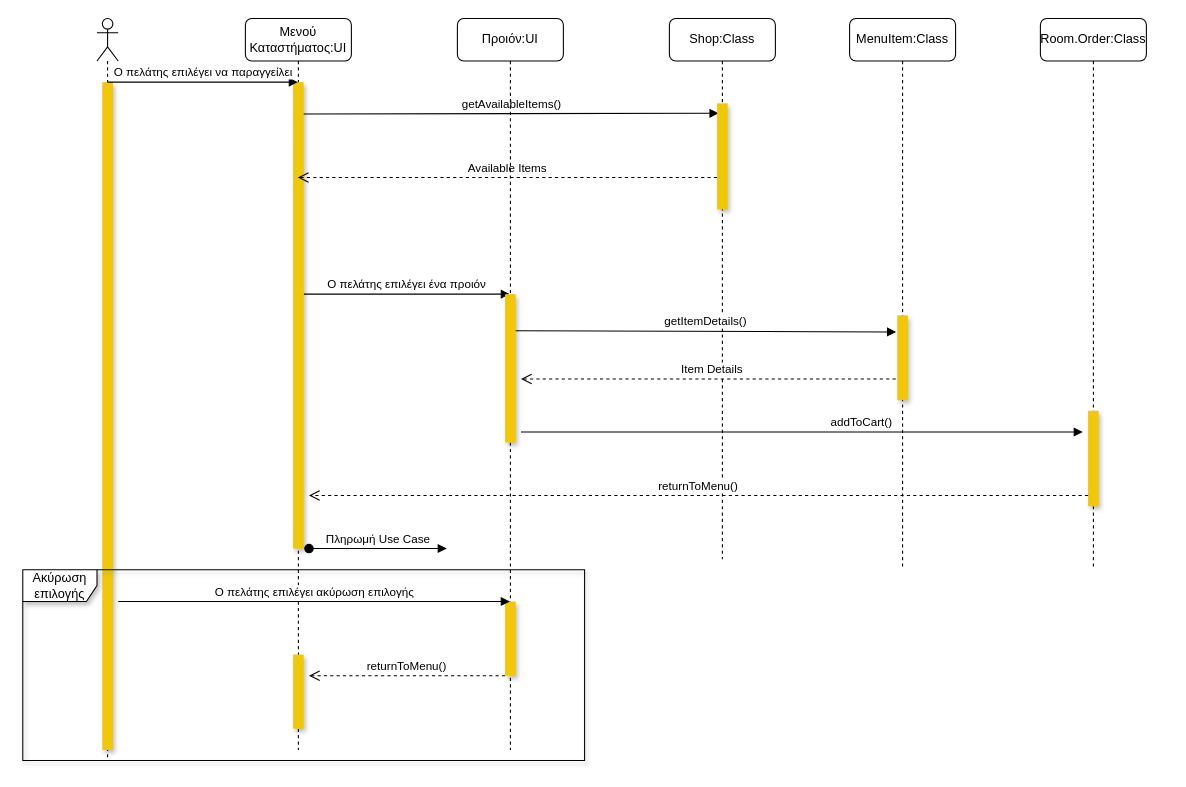
iloudaros/nomnomr keeps this draw.io diagram as docs/contributions/AthanasiaZ/Writing-Charts/Phase5/Use Case Order/order_seq.drawio. Above is the earlier version. Source tidied: cells renumbered, new cells numbered last; positions are measured from the earlier drawing's top-left corner, leaving out a move shared by most shapes. Both pictures are drawn from the tidied source at 106%, with x=0, y=0 at pixel (22, 18).
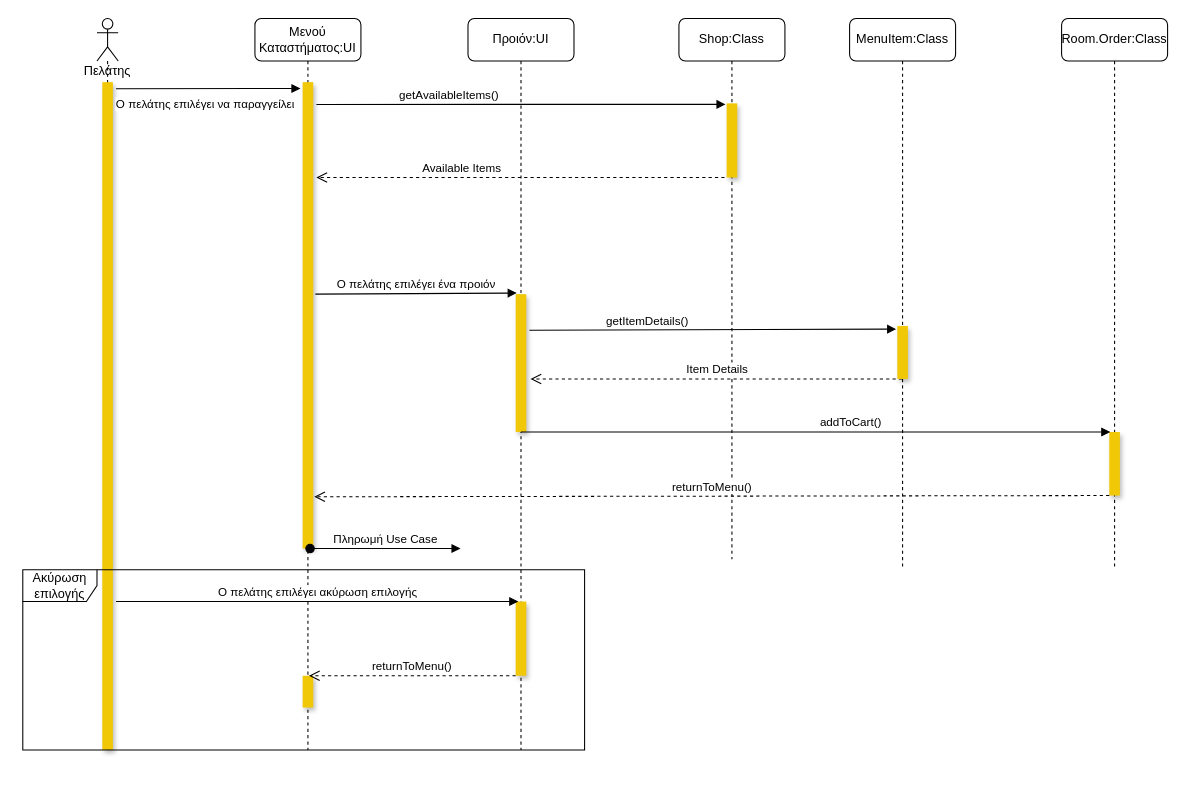
The same page after the edit.

Unchanged cells that the change refers to:
```xml
<mxCell id="6" style="html=1;points=[];perimeter=orthogonalPerimeter;rounded=0;fillColor=#F0C808;strokeColor=none;shadow=1;" parent="4" vertex="1">
  <mxGeometry x="45" y="60" width="10" height="440" as="geometry" />
</mxCell>
<mxCell id="26" value="MenuItem:Class" style="shape=umlLifeline;perimeter=lifelinePerimeter;whiteSpace=wrap;html=1;outlineConnect=0;rounded=1;" parent="1" vertex="1">
  <mxGeometry x="780" width="100" height="520" as="geometry" />
</mxCell>
```

Change to the diagram source:
```diff
@@
-    <mxCell id="2" style="shape=umlLifeline;participant=umlActor;perimeter=lifelinePerimeter;whiteSpace=wrap;html=1;verticalAlign=top;spacingTop=36;" parent="1" vertex="1">
-      <mxGeometry x="70" width="20" height="700" as="geometry" />
+    <mxCell id="2" value="Πελάτης" style="shape=umlLifeline;participant=umlActor;perimeter=lifelinePerimeter;whiteSpace=wrap;html=1;verticalAlign=top;spacingTop=36;" parent="1" vertex="1">
+      <mxGeometry x="70" width="20" height="690" as="geometry" />
     </mxCell>
@@
     <mxCell id="4" value="Μενού Καταστήματος:UI" style="shape=umlLifeline;perimeter=lifelinePerimeter;whiteSpace=wrap;html=1;outlineConnect=0;rounded=1;" parent="1" vertex="1">
-      <mxGeometry x="210" width="100" height="690" as="geometry" />
+      <mxGeometry x="219" width="100" height="690" as="geometry" />
     </mxCell>
-    <mxCell id="5" value="Ο πελάτης επιλέγει ένα προιόν" style="html=1;verticalAlign=bottom;endArrow=block;rounded=0;" parent="4" edge="1" target="14">
+    <mxCell id="5" value="Ο πελάτης επιλέγει ένα προιόν" style="html=1;verticalAlign=bottom;endArrow=block;rounded=0;entryX=-0.1;entryY=-0.008;entryDx=0;entryDy=0;entryPerimeter=0;" parent="4" edge="1">
       <mxGeometry relative="1" as="geometry">
-        <mxPoint x="55" y="260" as="sourcePoint" />
+        <mxPoint x="57" y="260" as="sourcePoint" />
+        <mxPoint x="247" y="259" as="targetPoint" />
       </mxGeometry>
     </mxCell>
@@
-    <mxCell id="7" value="getAvailableItems()" style="html=1;verticalAlign=bottom;endArrow=block;rounded=0;entryX=0.14;entryY=0.094;entryDx=0;entryDy=0;entryPerimeter=0;" parent="4" edge="1" target="11">
-      <mxGeometry relative="1" as="geometry">
-        <mxPoint x="55" y="90" as="sourcePoint" />
+    <mxCell id="7" value="getAvailableItems()" style="html=1;verticalAlign=bottom;endArrow=block;rounded=0;entryX=-0.1;entryY=0.014;entryDx=0;entryDy=0;entryPerimeter=0;" parent="4" edge="1" target="11">
+      <mxGeometry x="-0.35" relative="1" as="geometry">
+        <mxPoint x="58" y="81" as="sourcePoint" />
       </mxGeometry>
     </mxCell>
-    <mxCell id="8" value="Πληρωμή Use Case" style="html=1;verticalAlign=bottom;startArrow=oval;startFill=1;endArrow=block;startSize=8;rounded=0;" parent="4" edge="1">
+    <mxCell id="8" value="Πληρωμή Use Case" style="html=1;verticalAlign=bottom;startArrow=oval;startFill=1;endArrow=block;startSize=8;rounded=0;exitX=0.3;exitY=1;exitDx=0;exitDy=0;exitPerimeter=0;" parent="4" edge="1">
       <mxGeometry relative="1" as="geometry">
-        <mxPoint x="60" y="500" as="sourcePoint" />
-        <mxPoint x="190" y="500" as="targetPoint" />
+        <mxPoint x="52" y="500" as="sourcePoint" />
+        <mxPoint x="194" y="500" as="targetPoint" />
       </mxGeometry>
     </mxCell>
     <mxCell id="9" style="html=1;perimeter=orthogonalPerimeter;rounded=0;fillColor=#F0C808;strokeColor=none;shadow=1;" parent="4" vertex="1">
-      <mxGeometry x="45" y="600" width="10" height="70" as="geometry" />
+      <mxGeometry x="45" y="620" width="10" height="30" as="geometry" />
     </mxCell>
     <mxCell id="10" value="Shop:Class" style="shape=umlLifeline;perimeter=lifelinePerimeter;whiteSpace=wrap;html=1;rounded=1;" parent="1" vertex="1">
-      <mxGeometry x="610" width="100" height="510" as="geometry" />
+      <mxGeometry x="619" width="100" height="510" as="geometry" />
     </mxCell>
     <mxCell id="11" style="html=1;points=[];perimeter=orthogonalPerimeter;rounded=0;fillColor=#F0C808;strokeColor=none;shadow=1;" parent="10" vertex="1">
-      <mxGeometry x="45" y="80" width="10" height="100" as="geometry" />
+      <mxGeometry x="45" y="80" width="10" height="70" as="geometry" />
     </mxCell>
-    <mxCell id="12" value="Available Items" style="html=1;verticalAlign=bottom;endArrow=open;dashed=1;endSize=8;rounded=0;" parent="10" edge="1" target="4">
-      <mxGeometry relative="1" as="geometry">
-        <mxPoint x="45" y="150" as="sourcePoint" />
+    <mxCell id="12" value="Available Items" style="html=1;verticalAlign=bottom;endArrow=open;dashed=1;endSize=8;rounded=0;" parent="10" edge="1">
+      <mxGeometry x="0.29" relative="1" as="geometry">
+        <mxPoint x="43" y="150" as="sourcePoint" />
+        <mxPoint x="-342" y="150" as="targetPoint" />
       </mxGeometry>
     </mxCell>
@@
     <mxCell id="14" value="Προιόν:UI" style="shape=umlLifeline;perimeter=lifelinePerimeter;whiteSpace=wrap;html=1;outlineConnect=0;rounded=1;" parent="1" vertex="1">
-      <mxGeometry x="410" width="100" height="690" as="geometry" />
+      <mxGeometry x="420" width="100" height="690" as="geometry" />
     </mxCell>
     <mxCell id="15" style="html=1;points=[];perimeter=orthogonalPerimeter;rounded=0;fillColor=#F0C808;strokeColor=none;shadow=1;" parent="14" vertex="1">
-      <mxGeometry x="45" y="260" width="10" height="140" as="geometry" />
+      <mxGeometry x="45" y="260" width="10" height="130" as="geometry" />
     </mxCell>
@@
     <mxCell id="17" value="returnToMenu()" style="html=1;verticalAlign=bottom;endArrow=open;dashed=1;endSize=8;rounded=0;" parent="14" edge="1">
       <mxGeometry relative="1" as="geometry">
         <mxPoint x="45" y="620" as="sourcePoint" />
-        <mxPoint x="-140" y="620" as="targetPoint" />
+        <mxPoint x="-150" y="620" as="targetPoint" />
       </mxGeometry>
     </mxCell>
-    <mxCell id="18" value="getItemDetails()" style="html=1;verticalAlign=bottom;endArrow=block;rounded=0;entryX=-0.114;entryY=0.196;entryDx=0;entryDy=0;entryPerimeter=0;" parent="14" edge="1" target="27">
-      <mxGeometry relative="1" as="geometry">
-        <mxPoint x="55" y="294.5" as="sourcePoint" />
+    <mxCell id="18" value="getItemDetails()" style="html=1;verticalAlign=bottom;endArrow=block;rounded=0;entryX=-0.1;entryY=0.06;entryDx=0;entryDy=0;entryPerimeter=0;" parent="14" edge="1" target="27">
+      <mxGeometry x="-0.36" y="-1" relative="1" as="geometry">
+        <mxPoint x="58" y="294" as="sourcePoint" />
       </mxGeometry>
     </mxCell>
     <mxCell id="19" value="Room.Order:Class" style="shape=umlLifeline;perimeter=lifelinePerimeter;whiteSpace=wrap;html=1;rounded=1;" parent="1" vertex="1">
-      <mxGeometry x="960" width="100" height="520" as="geometry" />
+      <mxGeometry x="980" width="100" height="520" as="geometry" />
     </mxCell>
     <mxCell id="20" style="html=1;points=[];perimeter=orthogonalPerimeter;rounded=0;fillColor=#F0C808;strokeColor=none;shadow=1;" parent="19" vertex="1">
-      <mxGeometry x="45" y="370" width="10" height="90" as="geometry" />
+      <mxGeometry x="45" y="390" width="10" height="60" as="geometry" />
     </mxCell>
-    <mxCell id="21" value="returnToMenu()" style="html=1;verticalAlign=bottom;endArrow=open;dashed=1;endSize=8;rounded=0;" parent="19" edge="1">
+    <mxCell id="21" value="returnToMenu()" style="html=1;verticalAlign=bottom;endArrow=open;dashed=1;endSize=8;rounded=0;entryX=1.1;entryY=0.889;entryDx=0;entryDy=0;entryPerimeter=0;" parent="19" edge="1" target="6">
       <mxGeometry relative="1" as="geometry">
         <mxPoint x="45" y="450" as="sourcePoint" />
-        <mxPoint x="-690" y="450" as="targetPoint" />
       </mxGeometry>
     </mxCell>
-    <mxCell id="22" value="Ο πελάτης επιλέγει να παραγγείλει" style="html=1;verticalAlign=bottom;endArrow=block;rounded=0;" parent="1" edge="1" target="4">
-      <mxGeometry relative="1" as="geometry">
-        <mxPoint x="80" y="60" as="sourcePoint" />
+    <mxCell id="22" value="Ο πελάτης επιλέγει να παραγγείλει" style="html=1;verticalAlign=bottom;endArrow=block;rounded=0;exitX=1.1;exitY=0.01;exitDx=0;exitDy=0;exitPerimeter=0;" parent="1" edge="1">
+      <mxGeometry x="-0.03" y="-24" relative="1" as="geometry">
+        <mxPoint x="88" y="66.3" as="sourcePoint" />
+        <mxPoint x="262" y="66" as="targetPoint" />
       </mxGeometry>
     </mxCell>
-    <mxCell id="23" value="addToCart()" style="html=1;verticalAlign=bottom;endArrow=block;rounded=0;" parent="1" edge="1">
-      <mxGeometry x="0.21" relative="1" as="geometry">
-        <mxPoint x="470" y="390" as="sourcePoint" />
-        <mxPoint x="1000" y="390" as="targetPoint" />
-      </mxGeometry>
+    <mxCell id="23" value="addToCart()" style="html=1;verticalAlign=bottom;endArrow=block;rounded=0;exitX=0.5;exitY=1;exitDx=0;exitDy=0;exitPerimeter=0;entryX=0.1;entryY=0;entryDx=0;entryDy=0;entryPerimeter=0;" parent="1" edge="1" source="15" target="20">
+      <mxGeometry x="0.12" relative="1" as="geometry" />
     </mxCell>
-    <mxCell id="24" value="Ο πελάτης επιλέγει ακύρωση επιλογής" style="html=1;verticalAlign=bottom;endArrow=block;rounded=0;" parent="1" edge="1" target="14">
+    <mxCell id="24" value="Ο πελάτης επιλέγει ακύρωση επιλογής" style="html=1;verticalAlign=bottom;endArrow=block;rounded=0;" parent="1" edge="1">
       <mxGeometry relative="1" as="geometry">
-        <mxPoint x="90" y="550" as="sourcePoint" />
+        <mxPoint x="88" y="550" as="sourcePoint" />
+        <mxPoint x="467.5" y="550" as="targetPoint" />
       </mxGeometry>
     </mxCell>
-    <mxCell id="25" value="Ακύρωση επιλογής" style="shape=umlFrame;whiteSpace=wrap;html=1;rounded=0;shadow=1;fillColor=#FFFFFF;width=70;height=30;" parent="1" vertex="1">
-      <mxGeometry y="520" width="530" height="180" as="geometry" />
-    </mxCell>
@@
     <mxCell id="27" style="html=1;points=[];perimeter=orthogonalPerimeter;rounded=0;fillColor=#F0C808;strokeColor=none;shadow=1;" parent="26" vertex="1">
-      <mxGeometry x="45" y="280" width="10" height="80" as="geometry" />
+      <mxGeometry x="45" y="290" width="10" height="50" as="geometry" />
     </mxCell>
+    <mxCell id="25" value="Ακύρωση επιλογής" style="shape=umlFrame;whiteSpace=wrap;html=1;rounded=0;shadow=0;fillColor=#FFFFFF;width=70;height=30;" parent="1" vertex="1">
+      <mxGeometry y="520" width="530" height="170" as="geometry" />
+    </mxCell>
```
